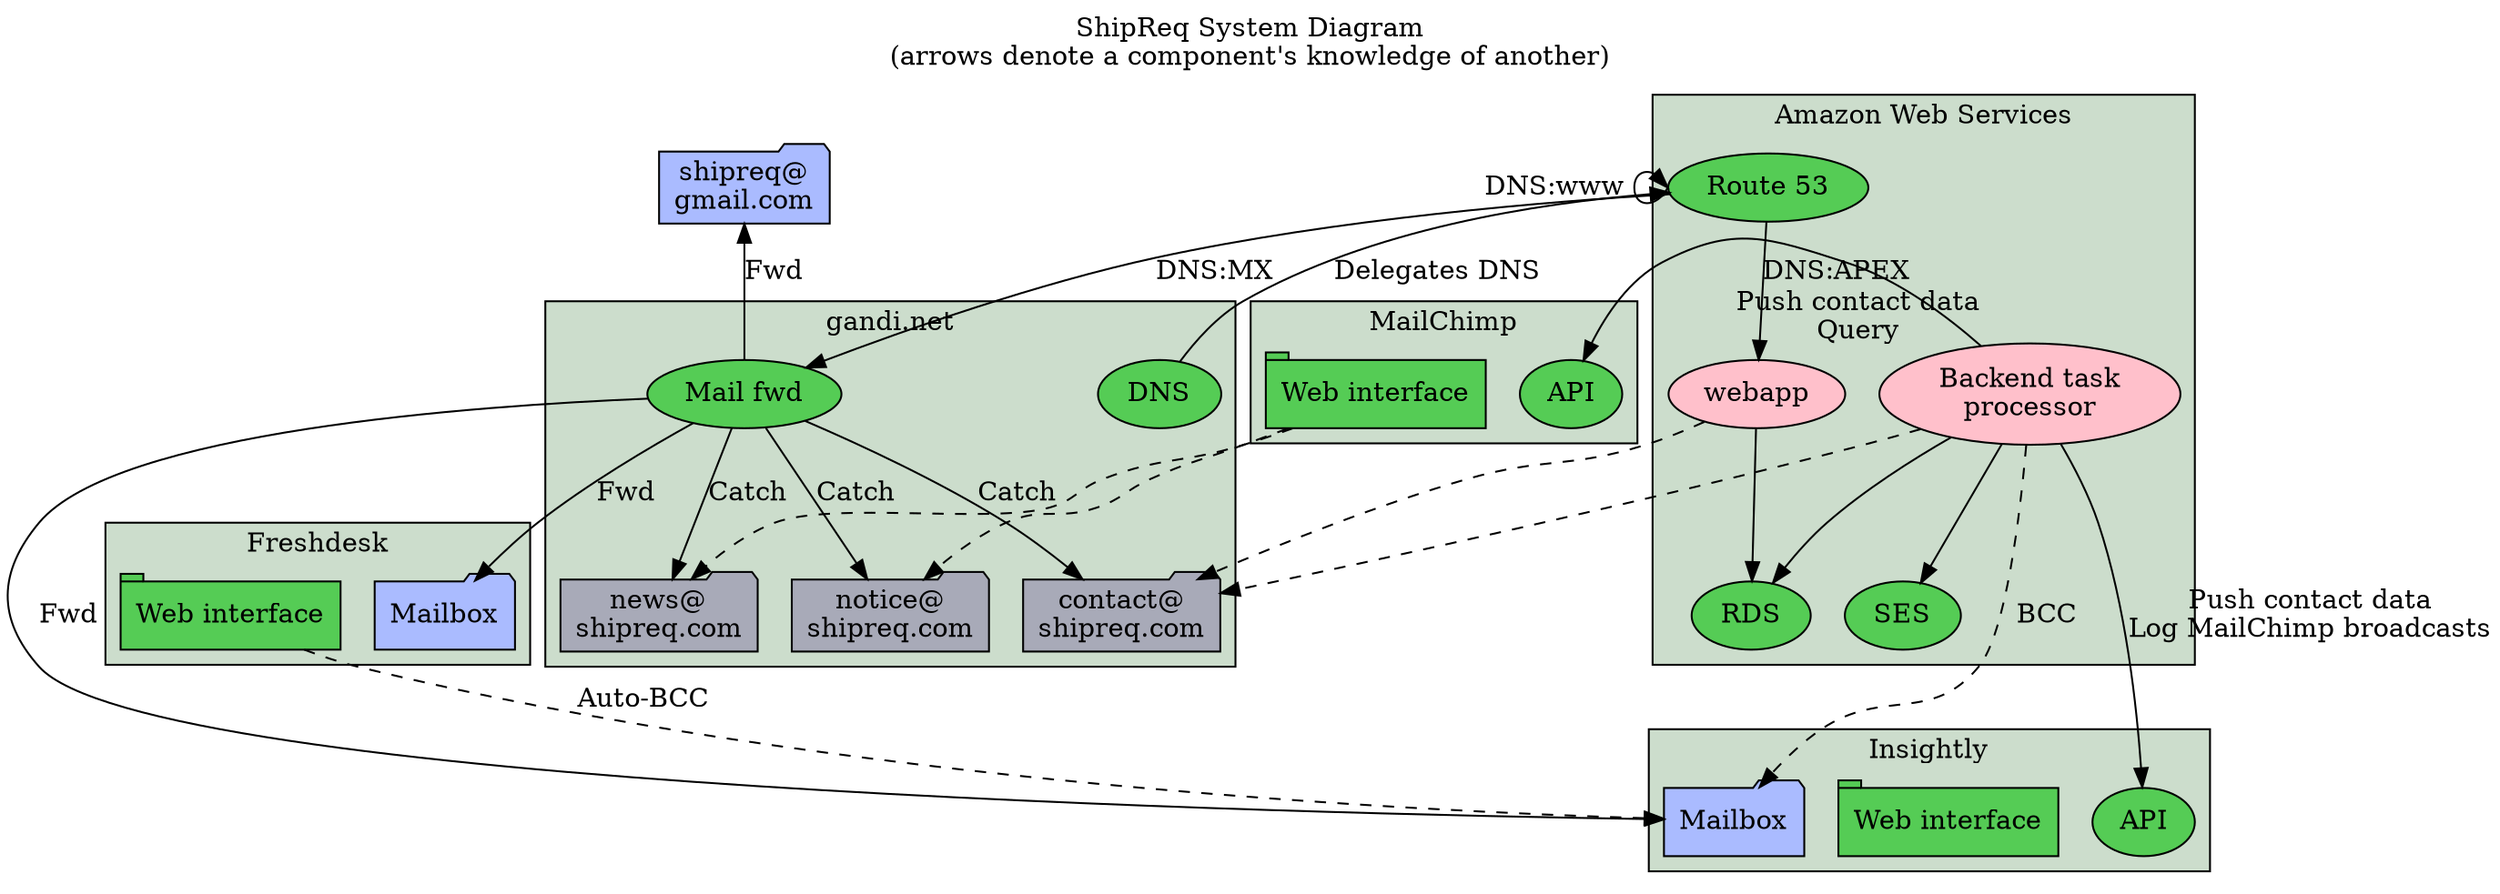
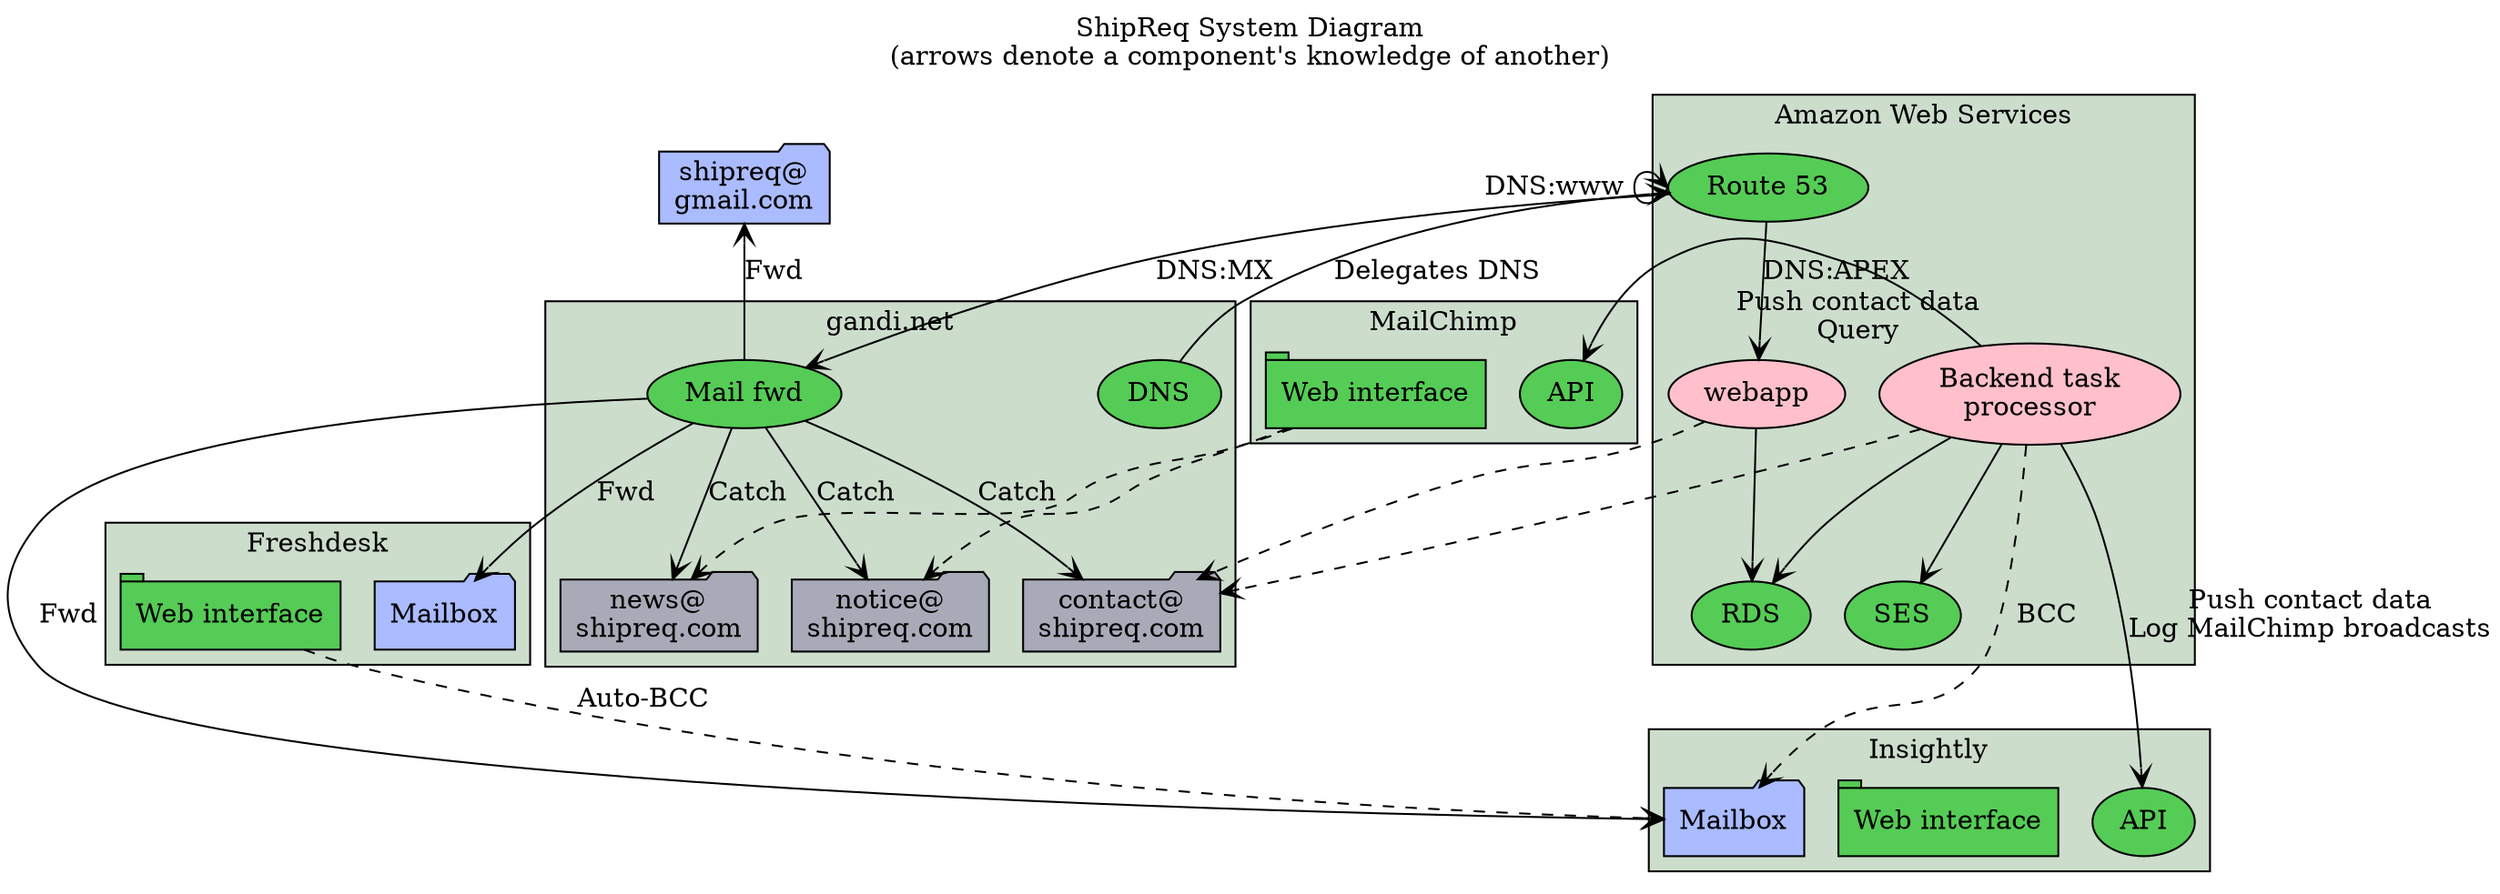
digraph G {
  compound=true
  labelloc=t
  label="ShipReq System Diagram\n(arrows denote a component's knowledge of another)"
  style=filled fillcolor="#e2ffe2"
  node [style=filled fillcolor="#55cc55"]
-   // edge [minlen=2]
+   edge [arrowhead=vee arrowtail=vee]

  // -----------------------------------------------------------------------------------------------

  gmail [label="shipreq@\ngmail.com" shape=folder style=filled fillcolor="#aabbff"]

  subgraph cluster_gandi {
    fillcolor="#ccddcc"
    label="gandi.net"
    gandi_dns [label="DNS"]
    gandi_mx [label="Mail fwd"]
    ea_contact [label="contact@\nshipreq.com" shape=folder style=filled fillcolor="#a8aab8"]
    ea_news [label="news@\nshipreq.com" shape=folder style=filled fillcolor="#a8aab8"]
    ea_notice [label="notice@\nshipreq.com" shape=folder style=filled fillcolor="#a8aab8"]
  }

  subgraph cluster_aws {
    fillcolor="#ccddcc"
    label="Amazon Web Services"
    aws_r53 [label="Route 53"]
    aws_rds [label="RDS"]
    aws_ses [label="SES"]
    {node[fillcolor=pink]
      wb  [label="webapp"]
      worker [label="Backend task\nprocessor"]
    }
  }

  subgraph cluster_mc {
    fillcolor="#ccddcc"
    label="MailChimp"
    mc_api [label="API"]
    mc_web [label="Web interface" shape=tab]
  }

  subgraph cluster_fd {
    fillcolor="#ccddcc"
    label="Freshdesk"
    fd_mail [label="Mailbox" shape=folder style=filled fillcolor="#aabbff"]
    fd_web [label="Web interface" shape=tab]
  }

  subgraph cluster_crm {
    fillcolor="#ccddcc"
    label="Insightly"
    crm_mail [label="Mailbox" shape=folder style=filled fillcolor="#aabbff"]
    crm_web [label="Web interface" shape=tab]
    crm_api [label="API"]
  }

  // -----------------------------------------------------------------------------------------------

  gandi_dns -> aws_r53 [label="Delegates DNS"]
  aws_r53:w -> aws_r53:w [label="DNS:www " dir=back]
  aws_r53 -> wb [label="DNS:APEX"]

  // Webapp
  wb -> aws_rds
  wb -> ea_contact [style=dashed]

  // MailChimp
  worker -> aws_ses,aws_rds
  worker -> mc_api [taillabel="Push contact data\nQuery"]
  worker -> crm_api [label="Push contact data\nLog MailChimp broadcasts"]
  mc_web -> ea_news,ea_notice [style=dashed]

  // Email forwarding
  aws_r53 -> gandi_mx [label="DNS:MX"]
  gandi_mx -> ea_contact,ea_news,ea_notice [label="Catch"]
  gandi_mx -> fd_mail,crm_mail [label="Fwd"]
  gmail -> gandi_mx [label="Fwd" dir=back]

  // Email [se|si]
  worker -> ea_contact [style=dashed]
  worker -> crm_mail [label="BCC" style=dashed]

  // Email [f]
  fd_web -> crm_mail [label="Auto-BCC" style=dashed]
}
